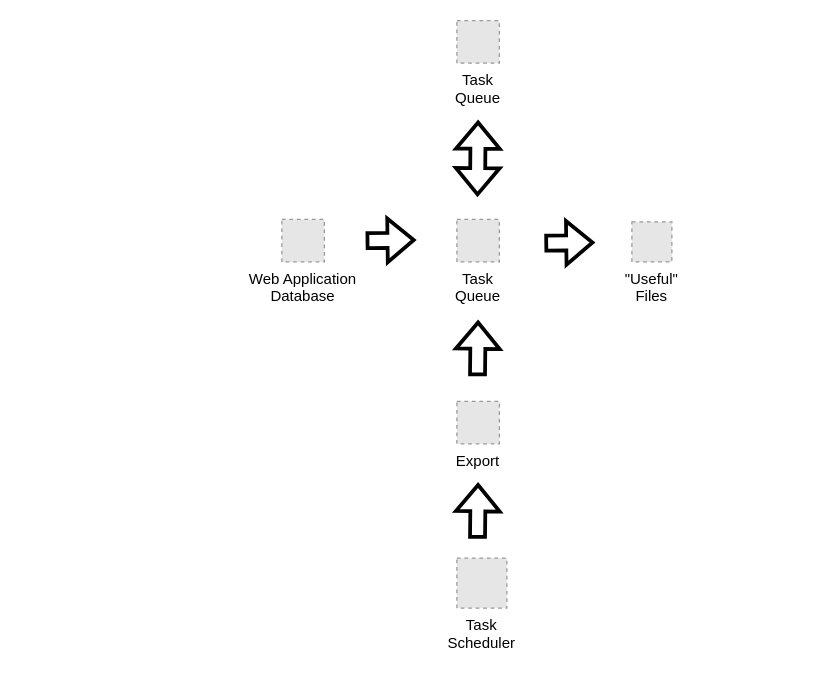
Earlier version of the draw.io diagram assets/images/2023-12-04-struggling-to-sync-sensors-and-databases/timescale-database-to-useful-files.drawio (rdmolony/rdmolony.github.io). Source tidied: cells renumbered, new cells numbered last; positions are measured from the earlier drawing's top-left corner, leaving out a move shared by most shapes. Both pictures are drawn from the tidied source at 125%, with x=0, y=0 at pixel (281, 20). Pictures stored in the file or linked from it are replaced by grey dashed boxes.
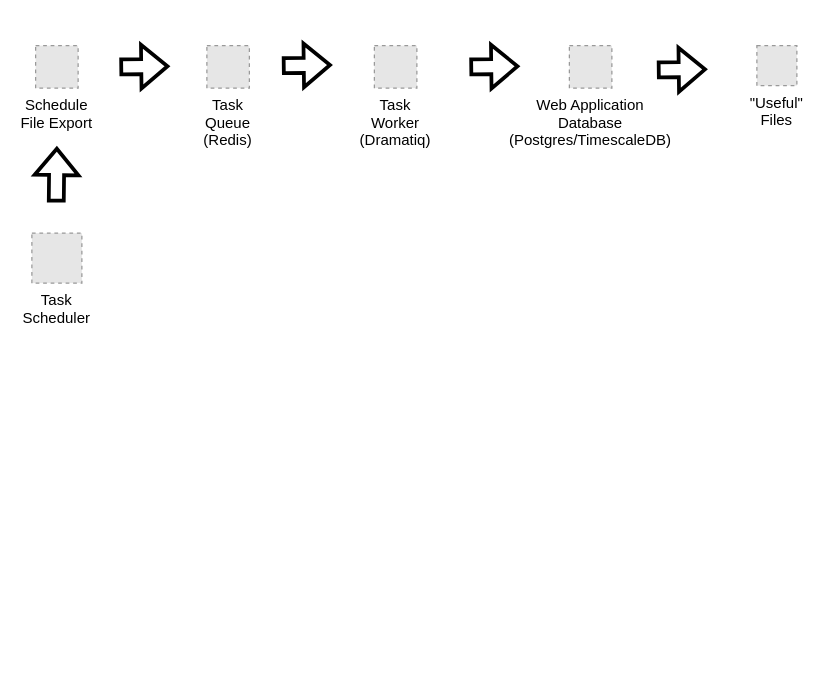
The same page after the edit.

What changed in the source:
```diff
@@
 <mxGraphModel>
   <root>
     <mxCell id="0" />
     <mxCell id="1" parent="0" />
-    <mxCell id="2" value="Export" style="fillColor=#E6E6E6;strokeColor=#999999;dashed=1;verticalLabelPosition=bottom;labelBackgroundColor=default;verticalAlign=top;" parent="1" vertex="1">
-      <mxGeometry x="140" y="304.5" width="34" height="34" as="geometry" />
-    </mxCell>
-    <mxCell id="3" value="Web Application&#10;Database" style="fillColor=#E6E6E6;strokeColor=#999999;dashed=1;verticalLabelPosition=bottom;labelBackgroundColor=default;verticalAlign=top;" parent="1" vertex="1">
-      <mxGeometry y="159" width="34" height="34" as="geometry" />
-    </mxCell>
+    <mxCell id="13" value="Schedule&#10;File Export" style="fillColor=#E6E6E6;strokeColor=#999999;dashed=1;verticalLabelPosition=bottom;labelBackgroundColor=default;verticalAlign=top;" parent="1" vertex="1">
+      <mxGeometry x="-197" y="20" width="34" height="34" as="geometry" />
+    </mxCell>
+    <mxCell id="14" value="Web Application&#10;Database&#10;(Postgres/TimescaleDB)" style="fillColor=#E6E6E6;strokeColor=#999999;dashed=1;verticalLabelPosition=bottom;labelBackgroundColor=default;verticalAlign=top;" parent="1" vertex="1">
+      <mxGeometry x="230" y="20" width="34" height="34" as="geometry" />
+    </mxCell>
     <mxCell id="4" value="&quot;Useful&quot;&#10;Files" style="fillColor=#E6E6E6;strokeColor=#999999;dashed=1;verticalLabelPosition=bottom;labelBackgroundColor=default;verticalAlign=top;" parent="1" vertex="1">
-      <mxGeometry x="280" y="161" width="32" height="32" as="geometry" />
+      <mxGeometry x="380" y="20" width="32" height="32" as="geometry" />
     </mxCell>
-    <mxCell id="5" style="shape=flexArrow;endArrow=classic;html=1;rounded=0;strokeWidth=3;" parent="1" edge="1">
-      <mxGeometry relative="1" as="geometry">
-        <mxPoint x="67" y="176" as="sourcePoint" />
-        <mxPoint x="107" y="175.5" as="targetPoint" />
-      </mxGeometry>
-    </mxCell>
+    <mxCell id="15" style="shape=flexArrow;endArrow=classic;html=1;rounded=0;strokeWidth=3;" parent="1" edge="1">
+      <mxGeometry relative="1" as="geometry">
+        <mxPoint y="36" as="sourcePoint" />
+        <mxPoint x="40" y="35.5" as="targetPoint" />
+      </mxGeometry>
+    </mxCell>
     <mxCell id="6" value="Task&#10;Scheduler" style="fillColor=#E6E6E6;strokeColor=#999999;dashed=1;verticalLabelPosition=bottom;labelBackgroundColor=default;verticalAlign=top;" parent="1" vertex="1">
-      <mxGeometry x="140" y="430" width="40" height="40" as="geometry" />
+      <mxGeometry x="-200" y="170" width="40" height="40" as="geometry" />
     </mxCell>
-    <mxCell id="7" value="Task&#10;Queue" style="fillColor=#E6E6E6;strokeColor=#999999;dashed=1;verticalLabelPosition=bottom;labelBackgroundColor=default;verticalAlign=top;" parent="1" vertex="1">
-      <mxGeometry x="140" y="159" width="34" height="34" as="geometry" />
-    </mxCell>
-    <mxCell id="8" value="Task&#10;Queue" style="fillColor=#E6E6E6;strokeColor=#999999;dashed=1;verticalLabelPosition=bottom;labelBackgroundColor=default;verticalAlign=top;" parent="1" vertex="1">
-      <mxGeometry x="140" width="34" height="34" as="geometry" />
-    </mxCell>
-    <mxCell id="9" style="shape=flexArrow;endArrow=classic;startArrow=classic;html=1;rounded=0;strokeWidth=3;" parent="1" edge="1">
-      <mxGeometry relative="1" as="geometry">
-        <mxPoint x="157" y="80" as="sourcePoint" />
-        <mxPoint x="156.5" y="140.5" as="targetPoint" />
-      </mxGeometry>
-    </mxCell>
-    <mxCell id="10" style="shape=flexArrow;endArrow=classic;html=1;rounded=0;strokeWidth=3;" parent="1" edge="1">
-      <mxGeometry relative="1" as="geometry">
-        <mxPoint x="210" y="178" as="sourcePoint" />
-        <mxPoint x="250" y="177.5" as="targetPoint" />
-      </mxGeometry>
-    </mxCell>
-    <mxCell id="11" style="shape=flexArrow;endArrow=classic;html=1;rounded=0;strokeWidth=3;exitX=0.5;exitY=1;exitDx=0;exitDy=0;" parent="1" edge="1">
-      <mxGeometry relative="1" as="geometry">
-        <mxPoint x="156.5" y="414.5" as="sourcePoint" />
-        <mxPoint x="157" y="370" as="targetPoint" />
-      </mxGeometry>
-    </mxCell>
-    <mxCell id="12" style="shape=flexArrow;endArrow=classic;html=1;rounded=0;strokeWidth=3;exitX=0.5;exitY=1;exitDx=0;exitDy=0;" parent="1" edge="1">
-      <mxGeometry relative="1" as="geometry">
-        <mxPoint x="156.5" y="284.5" as="sourcePoint" />
-        <mxPoint x="157" y="240" as="targetPoint" />
-      </mxGeometry>
-    </mxCell>
+    <mxCell id="16" value="Task&#10;Worker&#10;(Dramatiq)" style="fillColor=#E6E6E6;strokeColor=#999999;dashed=1;verticalLabelPosition=bottom;labelBackgroundColor=default;verticalAlign=top;" parent="1" vertex="1">
+      <mxGeometry x="74" y="20" width="34" height="34" as="geometry" />
+    </mxCell>
+    <mxCell id="17" value="Task&#10;Queue&#10;(Redis)" style="fillColor=#E6E6E6;strokeColor=#999999;dashed=1;verticalLabelPosition=bottom;labelBackgroundColor=default;verticalAlign=top;" parent="1" vertex="1">
+      <mxGeometry x="-60" y="20" width="34" height="34" as="geometry" />
+    </mxCell>
+    <mxCell id="18" style="shape=flexArrow;endArrow=classic;html=1;rounded=0;strokeWidth=3;" parent="1" edge="1">
+      <mxGeometry relative="1" as="geometry">
+        <mxPoint x="150" y="37" as="sourcePoint" />
+        <mxPoint x="190" y="36.5" as="targetPoint" />
+      </mxGeometry>
+    </mxCell>
+    <mxCell id="19" style="shape=flexArrow;endArrow=classic;html=1;rounded=0;strokeWidth=3;exitX=0.5;exitY=1;exitDx=0;exitDy=0;" parent="1" edge="1">
+      <mxGeometry relative="1" as="geometry">
+        <mxPoint x="-180.5" y="145.5" as="sourcePoint" />
+        <mxPoint x="-180" y="101" as="targetPoint" />
+      </mxGeometry>
+    </mxCell>
+    <mxCell id="20" style="shape=flexArrow;endArrow=classic;html=1;rounded=0;strokeWidth=3;" parent="1" edge="1">
+      <mxGeometry relative="1" as="geometry">
+        <mxPoint x="300" y="39.5" as="sourcePoint" />
+        <mxPoint x="340" y="39" as="targetPoint" />
+      </mxGeometry>
+    </mxCell>
+    <mxCell id="21" style="shape=flexArrow;endArrow=classic;html=1;rounded=0;strokeWidth=3;" parent="1" edge="1">
+      <mxGeometry relative="1" as="geometry">
+        <mxPoint x="-130" y="37" as="sourcePoint" />
+        <mxPoint x="-90" y="36.5" as="targetPoint" />
+      </mxGeometry>
+    </mxCell>
   </root>
 </mxGraphModel>
```
